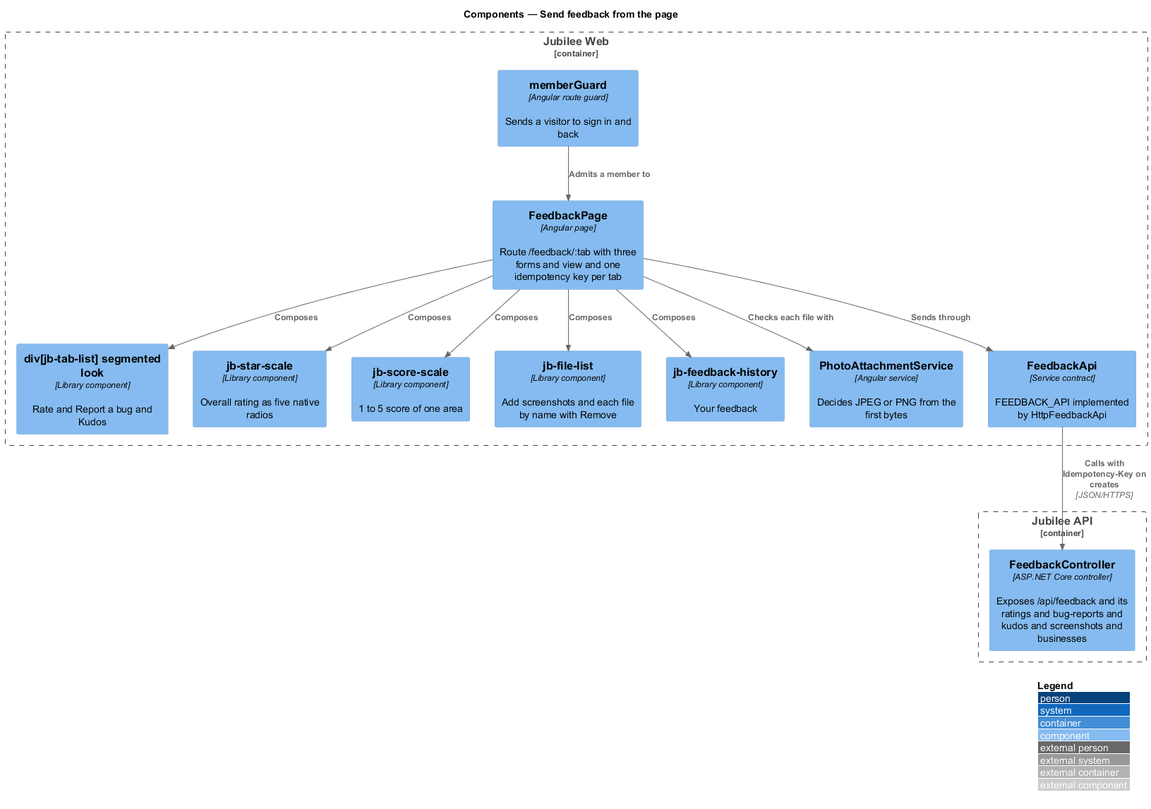
This is docs/detailed-designs/feedback/send-feedback-from-page/diagrams/c4-component.png from QuinntyneBrown/jubilee, a PlantUML export, as it was before one commit. Its diagram source:
```plantuml
@startuml
!include <C4/C4_Component>
LAYOUT_WITH_LEGEND()
title Components — Send feedback from the page

Container_Boundary(web, "Jubilee Web") {
  Component(guard, "memberGuard", "Angular route guard", "Sends a visitor to sign in and back")
  Component(page, "FeedbackPage", "Angular page", "Route /feedback/:tab with three forms and view and one idempotency key per tab")
  Component(tabs, "div[jb-tab-list] segmented look", "Library component", "Rate and Report a bug and Kudos")
  Component(stars, "jb-star-scale", "Library component", "Overall rating as five native radios")
  Component(scores, "jb-score-scale", "Library component", "1 to 5 score of one area")
  Component(files, "jb-file-list", "Library component", "Add screenshots and each file by name with Remove")
  Component(history, "jb-feedback-history", "Library component", "Your feedback")
  Component(photo, "PhotoAttachmentService", "Angular service", "Decides JPEG or PNG from the first bytes")
  Component(client, "FeedbackApi", "Service contract", "FEEDBACK_API implemented by HttpFeedbackApi")
}
Container_Boundary(api, "Jubilee API") {
  Component(ctrl, "FeedbackController", "ASP.NET Core controller", "Exposes /api/feedback and its ratings and bug-reports and kudos and screenshots and businesses")
}

Rel(guard, page, "Admits a member to")
Rel(page, tabs, "Composes")
Rel(page, stars, "Composes")
Rel(page, scores, "Composes")
Rel(page, files, "Composes")
Rel(page, history, "Composes")
Rel(page, photo, "Checks each file with")
Rel(page, client, "Sends through")
Rel(client, ctrl, "Calls with Idempotency-Key on creates", "JSON/HTTPS")
@enduml
```
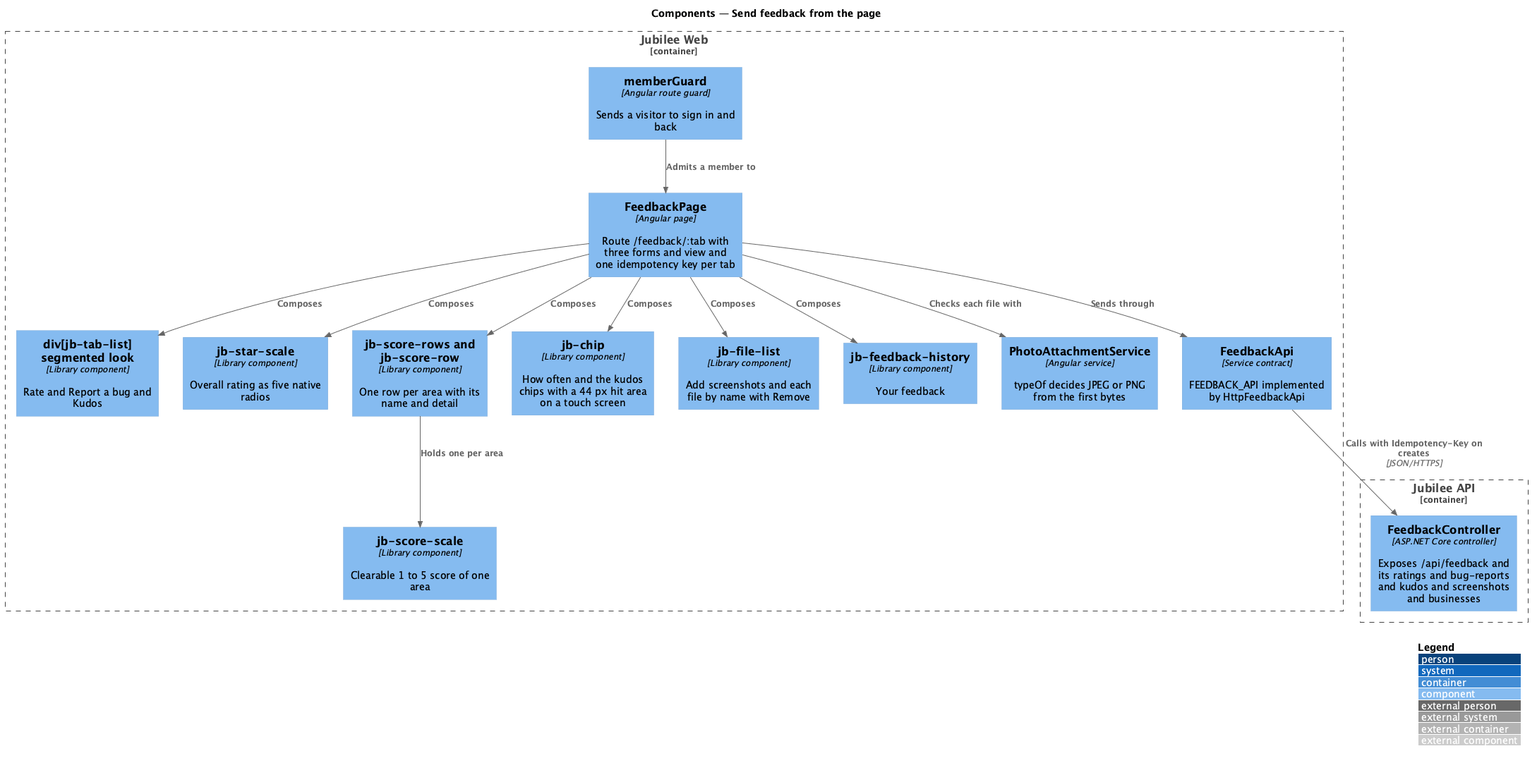
After the change.

The edit, as a diff of the source:
```diff
@@ -8,10 +8,12 @@
   Component(page, "FeedbackPage", "Angular page", "Route /feedback/:tab with three forms and view and one idempotency key per tab")
   Component(tabs, "div[jb-tab-list] segmented look", "Library component", "Rate and Report a bug and Kudos")
   Component(stars, "jb-star-scale", "Library component", "Overall rating as five native radios")
-  Component(scores, "jb-score-scale", "Library component", "1 to 5 score of one area")
+  Component(rows, "jb-score-rows and jb-score-row", "Library component", "One row per area with its name and detail")
+  Component(scores, "jb-score-scale", "Library component", "Clearable 1 to 5 score of one area")
+  Component(chips, "jb-chip", "Library component", "How often and the kudos chips with a 44 px hit area on a touch screen")
   Component(files, "jb-file-list", "Library component", "Add screenshots and each file by name with Remove")
   Component(history, "jb-feedback-history", "Library component", "Your feedback")
-  Component(photo, "PhotoAttachmentService", "Angular service", "Decides JPEG or PNG from the first bytes")
+  Component(photo, "PhotoAttachmentService", "Angular service", "typeOf decides JPEG or PNG from the first bytes")
   Component(client, "FeedbackApi", "Service contract", "FEEDBACK_API implemented by HttpFeedbackApi")
 }
 Container_Boundary(api, "Jubilee API") {
@@ -21,7 +23,9 @@
 Rel(guard, page, "Admits a member to")
 Rel(page, tabs, "Composes")
 Rel(page, stars, "Composes")
-Rel(page, scores, "Composes")
+Rel(page, rows, "Composes")
+Rel(rows, scores, "Holds one per area")
+Rel(page, chips, "Composes")
 Rel(page, files, "Composes")
 Rel(page, history, "Composes")
 Rel(page, photo, "Checks each file with")
```
